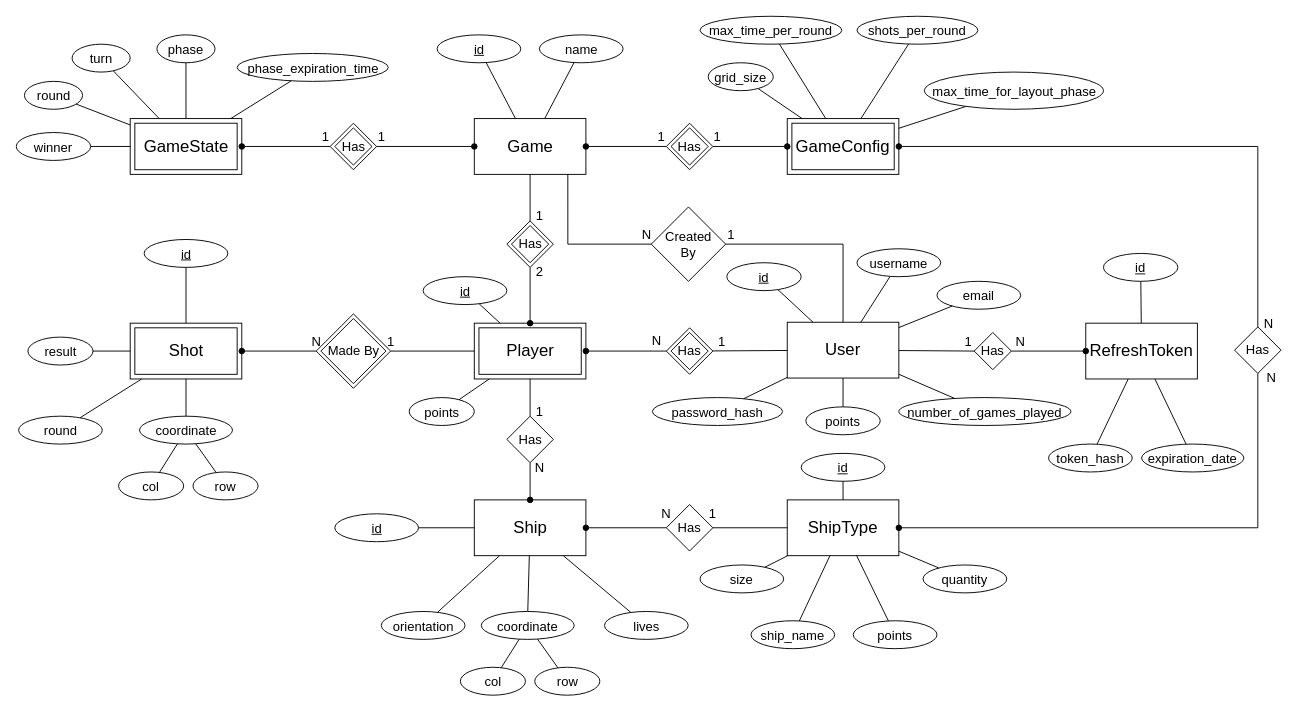
Above: page "er-diagram" (1 of 3) of docs/diagrams/battleships-diagrams.drawio in bodybuilders-team/battleships-web (draw.io), before the change. Source tidied: cells renumbered, new cells numbered last; positions are measured from the earlier drawing's top-left corner, leaving out a move shared by most shapes. Both pictures are drawn from the tidied source at 93%, with x=0, y=0 at pixel (16, 16).
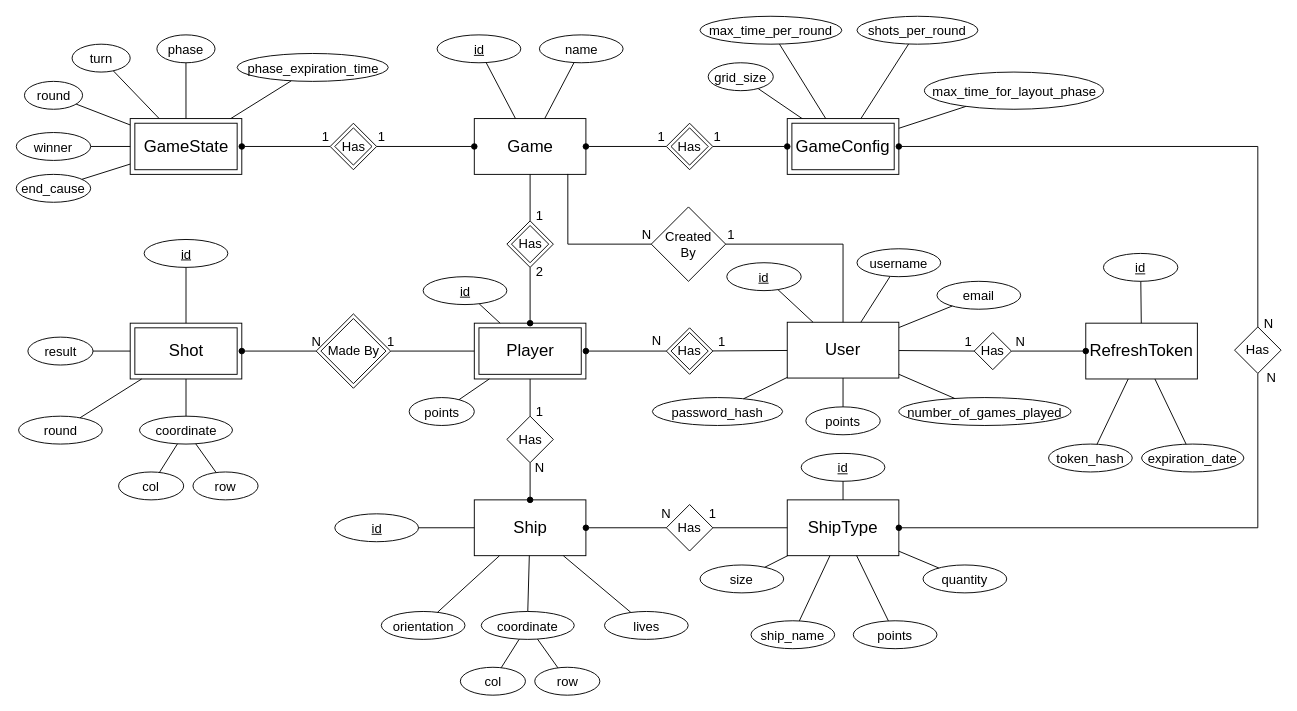
The same diagram, later.

Unchanged cells that the change refers to:
```xml
<mxCell id="111" style="rounded=0;whiteSpace=wrap;html=1;fillColor=none;" parent="1" vertex="1">
  <mxGeometry x="127.5" y="115" width="110" height="50" as="geometry" />
</mxCell>
```

What changed in the source:
```diff
@@
+    <mxCell id="148" style="endArrow=none;html=1;rounded=0;fontSize=14;" parent="1" edge="1" source="111" target="149">
+      <mxGeometry relative="1" as="geometry" />
+    </mxCell>
@@
+    <mxCell id="149" value="&lt;span style=&quot;font-size: 14px;&quot;&gt;end_cause&lt;/span&gt;" style="ellipse;whiteSpace=wrap;html=1;fontSize=18;" parent="1" vertex="1">
+      <mxGeometry y="170" width="80" height="30" as="geometry" />
+    </mxCell>
```
